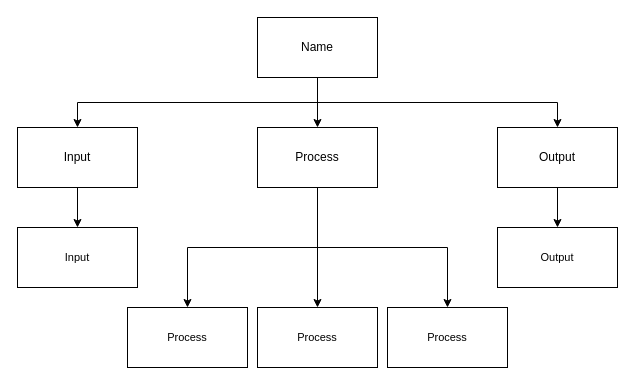
The draw.io diagram design.drawio in Aleksandr-Ten/ICS3U-Unit3-07-Python, before the edit. Source tidied: cells renumbered, new cells numbered last; positions are measured from the earlier drawing's top-left corner, leaving out a move shared by most shapes. Both pictures are drawn from the tidied source at 100%, with x=0, y=0 at pixel (17, 17).
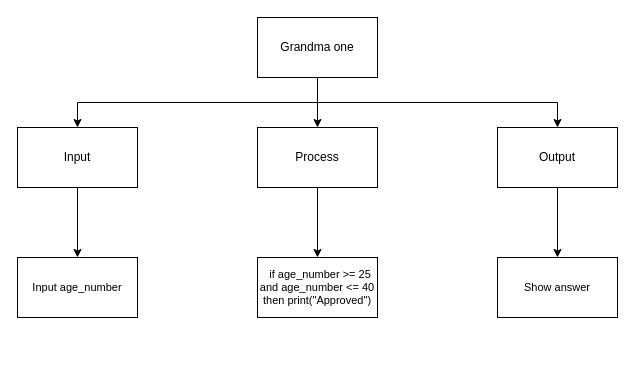
The same page after the edit.

Diff of the diagram source:
```diff
@@
 <mxGraphModel>
   <root>
     <mxCell id="0" />
     <mxCell id="1" parent="0" />
     <mxCell id="2" style="edgeStyle=none;html=1;exitX=0.5;exitY=1;exitDx=0;exitDy=0;entryX=0.5;entryY=0;entryDx=0;entryDy=0;" parent="1" edge="1" source="5" target="9">
       <mxGeometry relative="1" as="geometry" />
     </mxCell>
     <mxCell id="3" style="edgeStyle=orthogonalEdgeStyle;html=1;exitX=0.5;exitY=1;exitDx=0;exitDy=0;entryX=0.5;entryY=0;entryDx=0;entryDy=0;rounded=0;" parent="1" edge="1" source="5" target="11">
       <mxGeometry relative="1" as="geometry" />
     </mxCell>
     <mxCell id="4" style="edgeStyle=orthogonalEdgeStyle;shape=connector;rounded=0;html=1;labelBackgroundColor=default;fontFamily=Helvetica;fontSize=11;fontColor=default;endArrow=classic;strokeColor=default;exitX=0.5;exitY=1;exitDx=0;exitDy=0;" parent="1" edge="1" source="5" target="13">
       <mxGeometry relative="1" as="geometry" />
     </mxCell>
-    <mxCell id="5" value="Name" style="rounded=0;whiteSpace=wrap;html=1;" parent="1" vertex="1">
+    <mxCell id="5" value="Grandma one" style="rounded=0;whiteSpace=wrap;html=1;" parent="1" vertex="1">
       <mxGeometry x="240" width="120" height="60" as="geometry" />
     </mxCell>
-    <mxCell id="6" style="edgeStyle=orthogonalEdgeStyle;shape=connector;rounded=0;html=1;labelBackgroundColor=default;fontFamily=Helvetica;fontSize=11;fontColor=default;endArrow=classic;strokeColor=default;" parent="1" edge="1" source="9" target="16">
-      <mxGeometry relative="1" as="geometry" />
-    </mxCell>
     <mxCell id="7" style="edgeStyle=orthogonalEdgeStyle;shape=connector;rounded=0;html=1;exitX=0.5;exitY=1;exitDx=0;exitDy=0;labelBackgroundColor=default;fontFamily=Helvetica;fontSize=11;fontColor=default;endArrow=classic;strokeColor=default;" parent="1" edge="1" source="9" target="15">
       <mxGeometry relative="1" as="geometry" />
     </mxCell>
-    <mxCell id="8" style="edgeStyle=orthogonalEdgeStyle;shape=connector;rounded=0;html=1;exitX=0.5;exitY=1;exitDx=0;exitDy=0;labelBackgroundColor=default;fontFamily=Helvetica;fontSize=11;fontColor=default;endArrow=classic;strokeColor=default;" parent="1" edge="1" source="9" target="17">
-      <mxGeometry relative="1" as="geometry" />
-    </mxCell>
     <mxCell id="9" value="Process" style="rounded=0;whiteSpace=wrap;html=1;" parent="1" vertex="1">
       <mxGeometry x="240" y="110" width="120" height="60" as="geometry" />
     </mxCell>
     <mxCell id="10" style="edgeStyle=orthogonalEdgeStyle;shape=connector;rounded=0;html=1;exitX=0.5;exitY=1;exitDx=0;exitDy=0;labelBackgroundColor=default;fontFamily=Helvetica;fontSize=11;fontColor=default;endArrow=classic;strokeColor=default;" parent="1" edge="1" source="11" target="14">
       <mxGeometry relative="1" as="geometry" />
     </mxCell>
     <mxCell id="11" value="Input" style="rounded=0;whiteSpace=wrap;html=1;" parent="1" vertex="1">
       <mxGeometry y="110" width="120" height="60" as="geometry" />
     </mxCell>
     <mxCell id="12" style="edgeStyle=orthogonalEdgeStyle;shape=connector;rounded=0;html=1;labelBackgroundColor=default;fontFamily=Helvetica;fontSize=11;fontColor=default;endArrow=classic;strokeColor=default;" parent="1" edge="1" source="13" target="18">
       <mxGeometry relative="1" as="geometry" />
     </mxCell>
     <mxCell id="13" value="Output" style="rounded=0;whiteSpace=wrap;html=1;" parent="1" vertex="1">
       <mxGeometry x="480" y="110" width="120" height="60" as="geometry" />
     </mxCell>
-    <mxCell id="14" value="Input" style="rounded=0;whiteSpace=wrap;html=1;fontFamily=Helvetica;fontSize=11;fontColor=default;" parent="1" vertex="1">
-      <mxGeometry y="210" width="120" height="60" as="geometry" />
+    <mxCell id="14" value="Input age_number" style="rounded=0;whiteSpace=wrap;html=1;fontFamily=Helvetica;fontSize=11;fontColor=default;" parent="1" vertex="1">
+      <mxGeometry y="240" width="120" height="60" as="geometry" />
     </mxCell>
-    <mxCell id="15" value="Process" style="rounded=0;whiteSpace=wrap;html=1;fontFamily=Helvetica;fontSize=11;fontColor=default;" parent="1" vertex="1">
-      <mxGeometry x="110" y="290" width="120" height="60" as="geometry" />
+    <mxCell id="15" value="&amp;nbsp; if age_number &amp;gt;= 25 and age_number &amp;lt;= 40 then print(&quot;Approved&quot;)" style="rounded=0;whiteSpace=wrap;html=1;fontFamily=Helvetica;fontSize=11;fontColor=default;" parent="1" vertex="1">
+      <mxGeometry x="240" y="240" width="120" height="60" as="geometry" />
     </mxCell>
-    <mxCell id="16" value="Process" style="rounded=0;whiteSpace=wrap;html=1;fontFamily=Helvetica;fontSize=11;fontColor=default;" parent="1" vertex="1">
-      <mxGeometry x="240" y="290" width="120" height="60" as="geometry" />
-    </mxCell>
-    <mxCell id="17" value="Process" style="rounded=0;whiteSpace=wrap;html=1;fontFamily=Helvetica;fontSize=11;fontColor=default;" parent="1" vertex="1">
-      <mxGeometry x="370" y="290" width="120" height="60" as="geometry" />
-    </mxCell>
-    <mxCell id="18" value="Output" style="rounded=0;whiteSpace=wrap;html=1;fontFamily=Helvetica;fontSize=11;fontColor=default;" parent="1" vertex="1">
-      <mxGeometry x="480" y="210" width="120" height="60" as="geometry" />
+    <mxCell id="18" value="Show answer" style="rounded=0;whiteSpace=wrap;html=1;fontFamily=Helvetica;fontSize=11;fontColor=default;" parent="1" vertex="1">
+      <mxGeometry x="480" y="240" width="120" height="60" as="geometry" />
     </mxCell>
   </root>
 </mxGraphModel>
```
